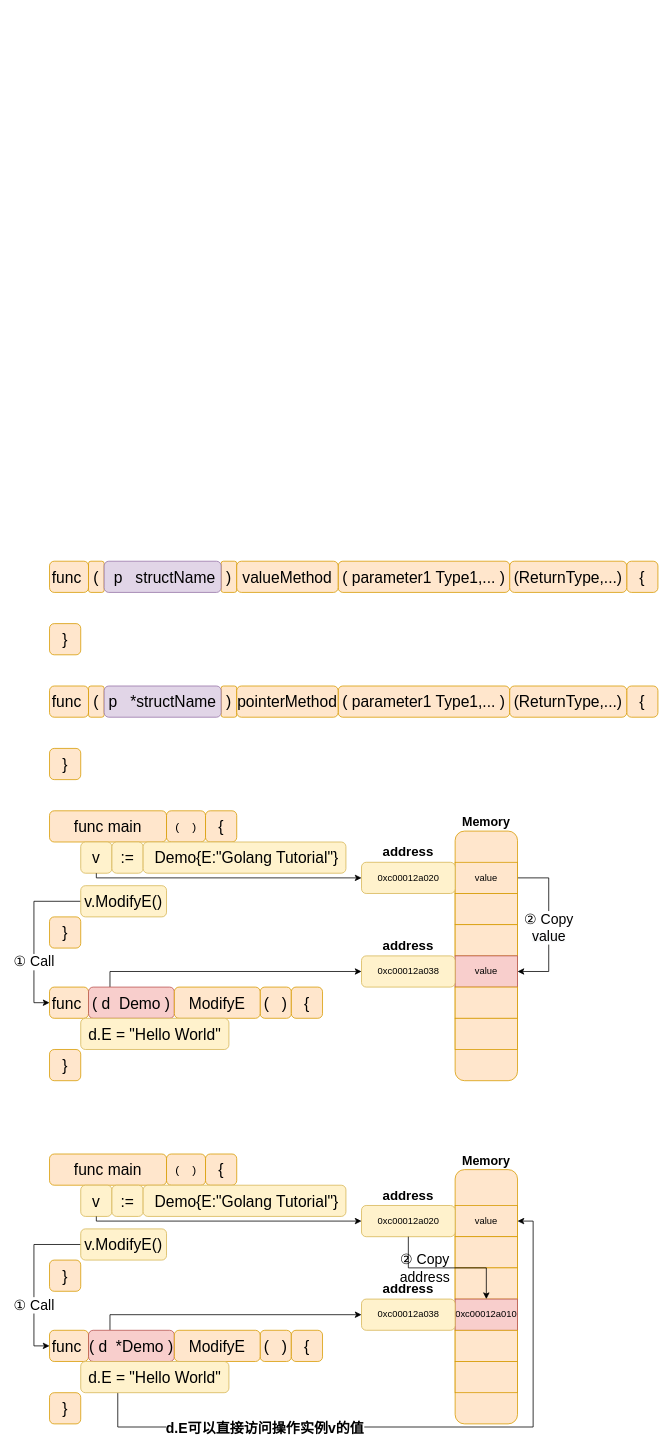
The draw.io diagram 5-struct/struct.drawio in Zhouchaowen/golang-tutorial, before the edit. Source tidied: cells renumbered, new cells numbered last; positions are measured from the earlier drawing's top-left corner, leaving out a move shared by most shapes. Both pictures are drawn from the tidied source at 78%, with x=0, y=0 at pixel (34, 561).
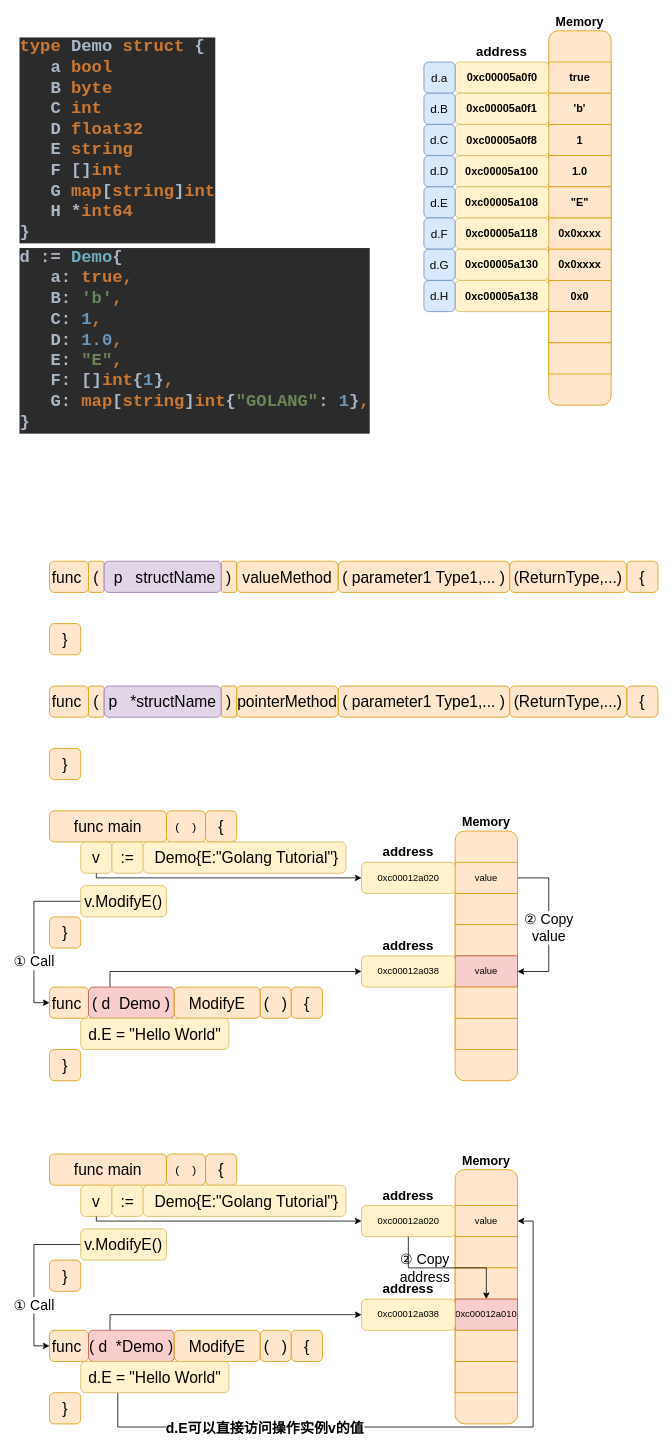
The same page after the edit.

Change to the diagram source:
```diff
@@
+    <mxCell id="87" value="&lt;b&gt;&lt;font style=&quot;font-size: 16px&quot;&gt;Memory&lt;/font&gt;&lt;/b&gt;" style="rounded=1;whiteSpace=wrap;html=1;fillColor=#ffe6cc;strokeColor=#d79b00;labelPosition=center;verticalLabelPosition=top;align=center;verticalAlign=bottom;" parent="1" vertex="1">
+      <mxGeometry x="660" y="-680" width="80" height="480" as="geometry" />
+    </mxCell>
+    <mxCell id="88" value="true" style="rounded=0;whiteSpace=wrap;html=1;fillColor=#ffe6cc;strokeColor=#d79b00;fontSize=14;fontStyle=1;" parent="1" vertex="1">
+      <mxGeometry x="660" y="-640" width="80" height="40" as="geometry" />
+    </mxCell>
+    <mxCell id="89" value="'b'" style="rounded=0;whiteSpace=wrap;html=1;fillColor=#ffe6cc;strokeColor=#d79b00;fontSize=14;fontStyle=1;" parent="1" vertex="1">
+      <mxGeometry x="660" y="-600" width="80" height="40" as="geometry" />
+    </mxCell>
+    <mxCell id="90" value="1" style="rounded=0;whiteSpace=wrap;html=1;fillColor=#ffe6cc;strokeColor=#d79b00;fontSize=14;fontStyle=1;" parent="1" vertex="1">
+      <mxGeometry x="660" y="-560" width="80" height="40" as="geometry" />
+    </mxCell>
+    <mxCell id="91" value="1.0" style="rounded=0;whiteSpace=wrap;html=1;fillColor=#ffe6cc;strokeColor=#d79b00;fontSize=14;fontStyle=1;" parent="1" vertex="1">
+      <mxGeometry x="660" y="-520" width="80" height="40" as="geometry" />
+    </mxCell>
+    <mxCell id="92" style="group;fontStyle=1;" parent="1" vertex="1">
+      <mxGeometry x="540" y="-640" width="120" height="40" as="geometry" />
+    </mxCell>
+    <mxCell id="93" value="&lt;b&gt;&lt;font style=&quot;font-size: 17px&quot;&gt;address&lt;/font&gt;&lt;/b&gt;" style="rounded=1;whiteSpace=wrap;html=1;fillColor=#fff2cc;strokeColor=#d6b656;labelPosition=center;verticalLabelPosition=top;align=center;verticalAlign=bottom;" parent="92" vertex="1">
+      <mxGeometry width="120" height="40" as="geometry" />
+    </mxCell>
+    <mxCell id="94" value="&lt;b&gt;&lt;font style=&quot;font-size: 14px&quot;&gt;0xc00005a0f0&lt;/font&gt;&lt;/b&gt;" style="text;html=1;align=center;verticalAlign=middle;strokeColor=none;" parent="92" vertex="1">
+      <mxGeometry x="5" y="10" width="110" height="20" as="geometry" />
+    </mxCell>
+    <mxCell id="95" value="&quot;E&quot;" style="rounded=0;whiteSpace=wrap;html=1;fillColor=#ffe6cc;strokeColor=#d79b00;fontSize=14;fontStyle=1;" parent="1" vertex="1">
+      <mxGeometry x="660" y="-480" width="80" height="40" as="geometry" />
+    </mxCell>
+    <mxCell id="96" value="0x0xxxx" style="rounded=0;whiteSpace=wrap;html=1;fillColor=#ffe6cc;strokeColor=#d79b00;fontSize=14;fontStyle=1;" parent="1" vertex="1">
+      <mxGeometry x="660" y="-440" width="80" height="40" as="geometry" />
+    </mxCell>
+    <mxCell id="97" value="&lt;pre style=&quot;background-color: rgb(43 , 43 , 43) ; color: rgb(169 , 183 , 198) ; font-family: &amp;#34;jetbrains mono&amp;#34; , monospace ; font-size: 22px&quot;&gt;&lt;b&gt;&lt;span style=&quot;color: #cc7832&quot;&gt;type &lt;/span&gt;Demo &lt;span style=&quot;color: #cc7832&quot;&gt;struct &lt;/span&gt;{&lt;span style=&quot;color: #808080 ; font-family: &amp;#34;menlo-regular&amp;#34; , monospace&quot;&gt;&lt;br&gt;&lt;/span&gt;&lt;span style=&quot;color: #808080 ; font-family: &amp;#34;menlo-regular&amp;#34; , monospace&quot;&gt;   &lt;/span&gt;a &lt;span style=&quot;color: #cc7832&quot;&gt;bool&lt;/span&gt;&lt;span style=&quot;color: #808080 ; font-family: &amp;#34;menlo-regular&amp;#34; , monospace&quot;&gt;&lt;br&gt;&lt;/span&gt;&lt;span style=&quot;color: #808080 ; font-family: &amp;#34;menlo-regular&amp;#34; , monospace&quot;&gt;   &lt;/span&gt;B &lt;span style=&quot;color: #cc7832&quot;&gt;byte&lt;br&gt;&lt;/span&gt;&lt;span style=&quot;color: #cc7832&quot;&gt;   &lt;/span&gt;C &lt;span style=&quot;color: #cc7832&quot;&gt;int     &lt;/span&gt;&lt;span style=&quot;color: #808080&quot;&gt;&lt;br&gt;&lt;/span&gt;&lt;span style=&quot;color: #808080&quot;&gt;   &lt;/span&gt;D &lt;span style=&quot;color: #cc7832&quot;&gt;float32 &lt;/span&gt;&lt;span style=&quot;color: #808080&quot;&gt;&lt;br&gt;&lt;/span&gt;&lt;span style=&quot;color: #808080&quot;&gt;   &lt;/span&gt;E &lt;span style=&quot;color: #cc7832&quot;&gt;string&lt;br&gt;&lt;/span&gt;&lt;span style=&quot;color: #cc7832&quot;&gt;   &lt;/span&gt;F []&lt;span style=&quot;color: #cc7832&quot;&gt;int&lt;br&gt;&lt;/span&gt;&lt;span style=&quot;color: #cc7832&quot;&gt;   &lt;/span&gt;G &lt;span style=&quot;color: #cc7832&quot;&gt;map&lt;/span&gt;[&lt;span style=&quot;color: #cc7832&quot;&gt;string&lt;/span&gt;]&lt;span style=&quot;color: #cc7832&quot;&gt;int&lt;br&gt;&lt;/span&gt;&lt;span style=&quot;color: #cc7832&quot;&gt;   &lt;/span&gt;H *&lt;span style=&quot;color: #cc7832&quot;&gt;int64&lt;br&gt;&lt;/span&gt;}&lt;/b&gt;&lt;/pre&gt;" style="text;whiteSpace=wrap;html=1;" parent="1" vertex="1">
+      <mxGeometry x="-20" y="-700" width="250" height="290" as="geometry" />
+    </mxCell>
+    <mxCell id="98" value="&lt;pre style=&quot;background-color: rgb(43 , 43 , 43) ; color: rgb(169 , 183 , 198) ; font-family: &amp;#34;jetbrains mono&amp;#34; , monospace ; font-size: 22px&quot;&gt;&lt;b&gt;d := &lt;span style=&quot;color: #6fafbd&quot;&gt;Demo&lt;/span&gt;{ &lt;span style=&quot;color: #808080 ; font-family: &amp;#34;menlo-regular&amp;#34; , monospace&quot;&gt;&lt;br&gt;&lt;/span&gt;&lt;span style=&quot;color: #808080 ; font-family: &amp;#34;menlo-regular&amp;#34; , monospace&quot;&gt;   &lt;/span&gt;a: &lt;span style=&quot;color: #cc7832&quot;&gt;true,&lt;br&gt;&lt;/span&gt;&lt;span style=&quot;color: #cc7832&quot;&gt;   &lt;/span&gt;B: &lt;span style=&quot;color: #6a8759&quot;&gt;'b'&lt;/span&gt;&lt;span style=&quot;color: #cc7832&quot;&gt;,&lt;br&gt;&lt;/span&gt;&lt;span style=&quot;color: #cc7832&quot;&gt;   &lt;/span&gt;C: &lt;span style=&quot;color: #6897bb&quot;&gt;1&lt;/span&gt;&lt;span style=&quot;color: #cc7832&quot;&gt;,&lt;br&gt;&lt;/span&gt;&lt;span style=&quot;color: #cc7832&quot;&gt;   &lt;/span&gt;D: &lt;span style=&quot;color: #6897bb&quot;&gt;1.0&lt;/span&gt;&lt;span style=&quot;color: #cc7832&quot;&gt;,&lt;br&gt;&lt;/span&gt;&lt;span style=&quot;color: #cc7832&quot;&gt;   &lt;/span&gt;E: &lt;span style=&quot;color: #6a8759&quot;&gt;&quot;E&quot;&lt;/span&gt;&lt;span style=&quot;color: #cc7832&quot;&gt;,&lt;br&gt;&lt;/span&gt;&lt;span style=&quot;color: #cc7832&quot;&gt;   &lt;/span&gt;F: []&lt;span style=&quot;color: #cc7832&quot;&gt;int&lt;/span&gt;{&lt;span style=&quot;color: #6897bb&quot;&gt;1&lt;/span&gt;}&lt;span style=&quot;color: #cc7832&quot;&gt;,&lt;br&gt;&lt;/span&gt;&lt;span style=&quot;color: #cc7832&quot;&gt;   &lt;/span&gt;G: &lt;span style=&quot;color: #cc7832&quot;&gt;map&lt;/span&gt;[&lt;span style=&quot;color: #cc7832&quot;&gt;string&lt;/span&gt;]&lt;span style=&quot;color: #cc7832&quot;&gt;int&lt;/span&gt;{&lt;span style=&quot;color: #6a8759&quot;&gt;&quot;GOLANG&quot;&lt;/span&gt;: &lt;span style=&quot;color: #6897bb&quot;&gt;1&lt;/span&gt;}&lt;span style=&quot;color: #cc7832&quot;&gt;,&lt;br&gt;&lt;/span&gt;}&lt;/b&gt;&lt;/pre&gt;" style="text;whiteSpace=wrap;html=1;" parent="1" vertex="1">
+      <mxGeometry x="-20" y="-430" width="450" height="260" as="geometry" />
+    </mxCell>
+    <mxCell id="99" value="&lt;span style=&quot;font-size: 14px;&quot;&gt;0x0xxxx&lt;/span&gt;" style="rounded=0;whiteSpace=wrap;html=1;fillColor=#ffe6cc;strokeColor=#d79b00;fontSize=14;fontStyle=1;" parent="1" vertex="1">
+      <mxGeometry x="660" y="-400" width="80" height="40" as="geometry" />
+    </mxCell>
+    <mxCell id="100" value="&lt;b&gt;&lt;font style=&quot;font-size: 14px&quot;&gt;0x0&lt;/font&gt;&lt;/b&gt;" style="rounded=0;whiteSpace=wrap;html=1;fillColor=#ffe6cc;strokeColor=#d79b00;" parent="1" vertex="1">
+      <mxGeometry x="660" y="-360" width="80" height="40" as="geometry" />
+    </mxCell>
+    <mxCell id="101" style="rounded=0;whiteSpace=wrap;html=1;fillColor=#ffe6cc;strokeColor=#d79b00;" parent="1" vertex="1">
+      <mxGeometry x="660" y="-320" width="80" height="40" as="geometry" />
+    </mxCell>
+    <mxCell id="102" style="rounded=0;whiteSpace=wrap;html=1;fillColor=#ffe6cc;strokeColor=#d79b00;" parent="1" vertex="1">
+      <mxGeometry x="660" y="-280" width="80" height="40" as="geometry" />
+    </mxCell>
+    <mxCell id="103" style="group;fontSize=14;" parent="1" vertex="1">
+      <mxGeometry x="540" y="-600" width="120" height="40" as="geometry" />
+    </mxCell>
+    <mxCell id="104" value="&lt;b&gt;&lt;font style=&quot;font-size: 14px&quot;&gt;0xc00005a0f1&lt;/font&gt;&lt;/b&gt;" style="rounded=1;whiteSpace=wrap;html=1;fillColor=#fff2cc;strokeColor=#d6b656;labelPosition=center;verticalLabelPosition=middle;align=center;verticalAlign=middle;" parent="103" vertex="1">
+      <mxGeometry width="120" height="40" as="geometry" />
+    </mxCell>
+    <mxCell id="105" style="group;" parent="1" vertex="1">
+      <mxGeometry x="540" y="-560" width="120" height="40" as="geometry" />
+    </mxCell>
+    <mxCell id="106" value="&lt;b&gt;&lt;font style=&quot;font-size: 14px&quot;&gt;0xc00005a0f8&lt;/font&gt;&lt;/b&gt;" style="rounded=1;whiteSpace=wrap;html=1;fillColor=#fff2cc;strokeColor=#d6b656;labelPosition=center;verticalLabelPosition=middle;align=center;verticalAlign=middle;" parent="105" vertex="1">
+      <mxGeometry width="120" height="40" as="geometry" />
+    </mxCell>
+    <mxCell id="107" style="group;" parent="1" vertex="1">
+      <mxGeometry x="540" y="-520" width="120" height="40" as="geometry" />
+    </mxCell>
+    <mxCell id="108" value="&lt;b&gt;&lt;font style=&quot;font-size: 14px&quot;&gt;0xc00005a100&lt;/font&gt;&lt;/b&gt;" style="rounded=1;whiteSpace=wrap;html=1;fillColor=#fff2cc;strokeColor=#d6b656;labelPosition=center;verticalLabelPosition=middle;align=center;verticalAlign=middle;" parent="107" vertex="1">
+      <mxGeometry width="120" height="40" as="geometry" />
+    </mxCell>
+    <mxCell id="109" value="&lt;b&gt;&lt;font style=&quot;font-size: 14px&quot;&gt;0xc00005a108&lt;/font&gt;&lt;/b&gt;" style="rounded=1;whiteSpace=wrap;html=1;fillColor=#fff2cc;strokeColor=#d6b656;labelPosition=center;verticalLabelPosition=middle;align=center;verticalAlign=middle;" parent="1" vertex="1">
+      <mxGeometry x="540" y="-480" width="120" height="40" as="geometry" />
+    </mxCell>
+    <mxCell id="110" value="&lt;b&gt;&lt;font style=&quot;font-size: 14px&quot;&gt;0xc00005a118&lt;/font&gt;&lt;/b&gt;" style="rounded=1;whiteSpace=wrap;html=1;fillColor=#fff2cc;strokeColor=#d6b656;labelPosition=center;verticalLabelPosition=middle;align=center;verticalAlign=middle;" parent="1" vertex="1">
+      <mxGeometry x="540" y="-440" width="120" height="40" as="geometry" />
+    </mxCell>
+    <mxCell id="111" value="&lt;b&gt;&lt;font style=&quot;font-size: 14px&quot;&gt;0xc00005a130&lt;/font&gt;&lt;/b&gt;" style="rounded=1;whiteSpace=wrap;html=1;fillColor=#fff2cc;strokeColor=#d6b656;labelPosition=center;verticalLabelPosition=middle;align=center;verticalAlign=middle;" parent="1" vertex="1">
+      <mxGeometry x="540" y="-400" width="120" height="40" as="geometry" />
+    </mxCell>
+    <mxCell id="112" value="d.a" style="rounded=1;whiteSpace=wrap;html=1;fontSize=15;fillColor=#dae8fc;strokeColor=#6c8ebf;" parent="1" vertex="1">
+      <mxGeometry x="500" y="-640" width="40" height="40" as="geometry" />
+    </mxCell>
+    <mxCell id="113" value="d.B" style="rounded=1;whiteSpace=wrap;html=1;fontSize=15;fillColor=#dae8fc;strokeColor=#6c8ebf;" parent="1" vertex="1">
+      <mxGeometry x="500" y="-600" width="40" height="40" as="geometry" />
+    </mxCell>
+    <mxCell id="114" value="d.C" style="rounded=1;whiteSpace=wrap;html=1;fontSize=15;fillColor=#dae8fc;strokeColor=#6c8ebf;" parent="1" vertex="1">
+      <mxGeometry x="500" y="-560" width="40" height="40" as="geometry" />
+    </mxCell>
+    <mxCell id="115" value="d.D" style="rounded=1;whiteSpace=wrap;html=1;fontSize=15;fillColor=#dae8fc;strokeColor=#6c8ebf;" parent="1" vertex="1">
+      <mxGeometry x="500" y="-520" width="40" height="40" as="geometry" />
+    </mxCell>
+    <mxCell id="116" value="d.E" style="rounded=1;whiteSpace=wrap;html=1;fontSize=15;fillColor=#dae8fc;strokeColor=#6c8ebf;" parent="1" vertex="1">
+      <mxGeometry x="500" y="-480" width="40" height="40" as="geometry" />
+    </mxCell>
+    <mxCell id="117" value="d.F" style="rounded=1;whiteSpace=wrap;html=1;fontSize=15;fillColor=#dae8fc;strokeColor=#6c8ebf;" parent="1" vertex="1">
+      <mxGeometry x="500" y="-440" width="40" height="40" as="geometry" />
+    </mxCell>
+    <mxCell id="118" value="d.G" style="rounded=1;whiteSpace=wrap;html=1;fontSize=15;fillColor=#dae8fc;strokeColor=#6c8ebf;" parent="1" vertex="1">
+      <mxGeometry x="500" y="-400" width="40" height="40" as="geometry" />
+    </mxCell>
+    <mxCell id="119" value="&lt;b&gt;&lt;font style=&quot;font-size: 14px&quot;&gt;0xc00005a138&lt;/font&gt;&lt;/b&gt;" style="rounded=1;whiteSpace=wrap;html=1;fillColor=#fff2cc;strokeColor=#d6b656;labelPosition=center;verticalLabelPosition=middle;align=center;verticalAlign=middle;" parent="1" vertex="1">
+      <mxGeometry x="540" y="-360" width="120" height="40" as="geometry" />
+    </mxCell>
+    <mxCell id="120" value="d.H" style="rounded=1;whiteSpace=wrap;html=1;fontSize=15;fillColor=#dae8fc;strokeColor=#6c8ebf;" parent="1" vertex="1">
+      <mxGeometry x="500" y="-360" width="40" height="40" as="geometry" />
+    </mxCell>
```
